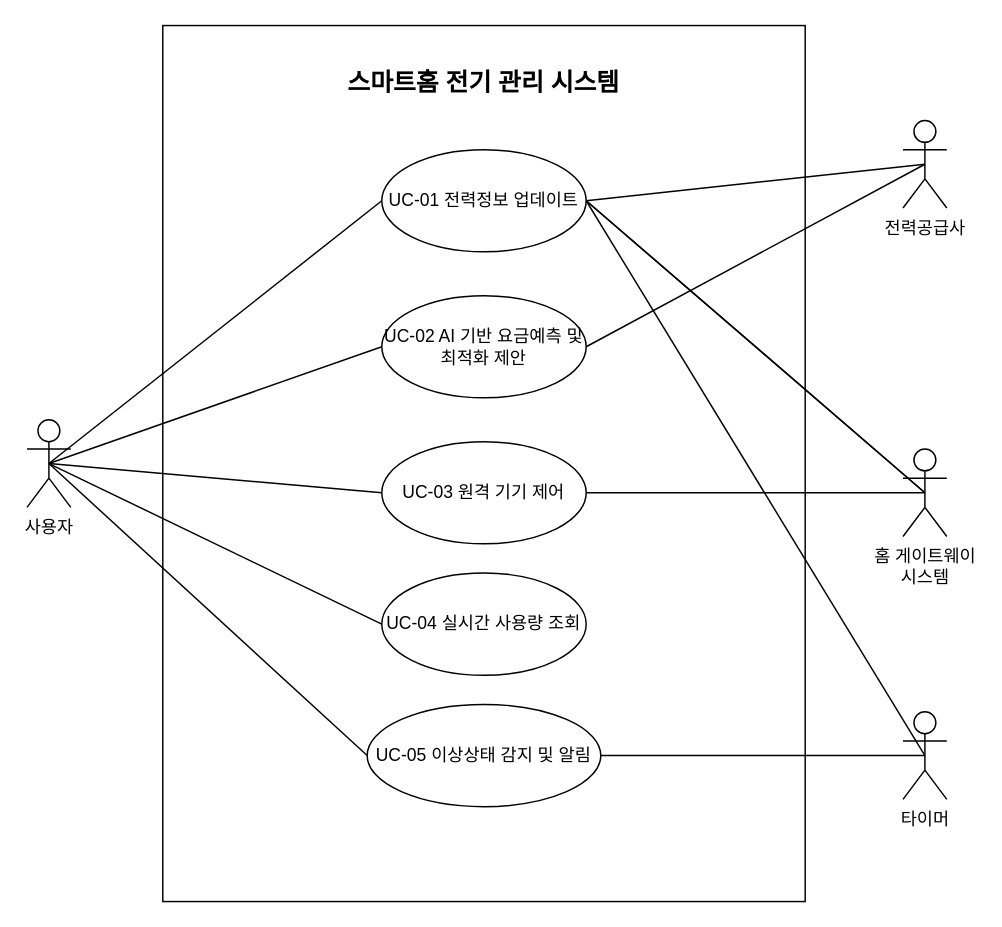
This is page "UseCaseModel - Cloud" (2 of 2) of architecturalDrivers.drawio from GeniusHoon/AssociateArchitect, a draw.io file, before an edit. Source tidied: cells renumbered, new cells numbered last; positions are measured from the earlier drawing's top-left corner, leaving out a move shared by most shapes. Both pictures are drawn from the tidied source at 146%, with x=0, y=0 at pixel (26, 25).
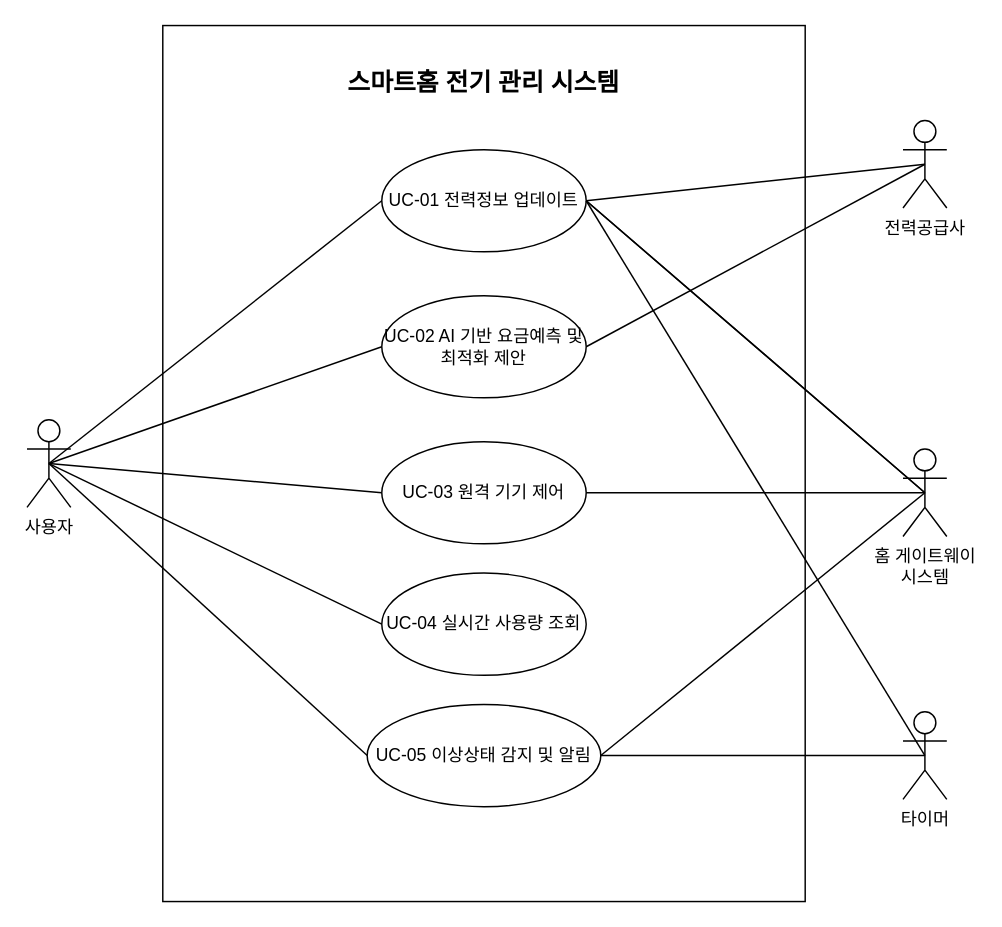
The same page after the edit.

Unchanged cells that the change refers to:
```xml
<mxCell id="10" value="홈 게이트웨이&lt;div&gt;시스템&lt;/div&gt;" style="shape=umlActor;verticalLabelPosition=bottom;verticalAlign=top;html=1;" parent="1" vertex="1">
  <mxGeometry x="600" y="290" width="30" height="60" as="geometry" />
</mxCell>
<mxCell id="16" value="UC-01 전력정보 업데이트" style="ellipse;whiteSpace=wrap;html=1;" parent="1" vertex="1">
  <mxGeometry x="243" y="85" width="140" height="70" as="geometry" />
</mxCell>
<mxCell id="17" value="UC-05 이상상태 감지 및 알림" style="ellipse;whiteSpace=wrap;html=1;" parent="1" vertex="1">
  <mxGeometry x="233" y="465" width="160" height="70" as="geometry" />
</mxCell>
```

Change to the diagram source:
```diff
@@
-    <mxCell id="19" style="rounded=0;jettySize=auto;html=1;exitX=1;exitY=0.5;exitDx=0;exitDy=0;entryX=0.5;entryY=0.5;entryDx=0;entryDy=0;entryPerimeter=0;endArrow=none;endFill=0;" parent="1" edge="1" source="16" target="10">
+    <mxCell id="19" style="rounded=0;jettySize=auto;html=1;exitX=1;exitY=0.5;exitDx=0;exitDy=0;entryX=0.5;entryY=0.5;entryDx=0;entryDy=0;entryPerimeter=0;endArrow=none;endFill=0;strokeWidth=1;" parent="1" edge="1" source="16" target="10">
       <mxGeometry relative="1" as="geometry" />
     </mxCell>
@@
+    <mxCell id="25" style="rounded=0;jettySize=auto;html=1;exitX=1;exitY=0.5;exitDx=0;exitDy=0;entryX=0.5;entryY=0.5;entryDx=0;entryDy=0;entryPerimeter=0;strokeWidth=1;endArrow=none;endFill=0;" parent="1" edge="1" source="17" target="10">
+      <mxGeometry relative="1" as="geometry" />
+    </mxCell>
```
